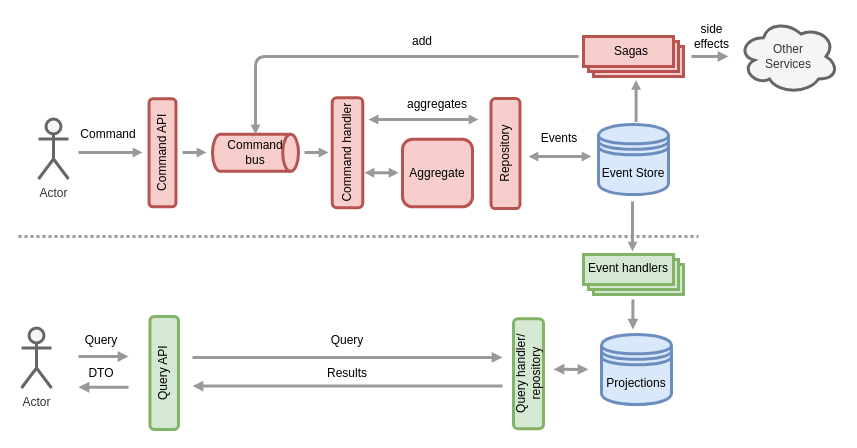
The draw.io diagram page "Page-5" (5 of 5) of misc/CQRS.drawio in albertllousas/simple-cqrs-with-es, before the edit. Source tidied: cells renumbered, new cells numbered last; positions are measured from the earlier drawing's top-left corner, leaving out a move shared by most shapes. Both pictures are drawn from the tidied source at 100%, with x=0, y=0 at pixel (18, 18).
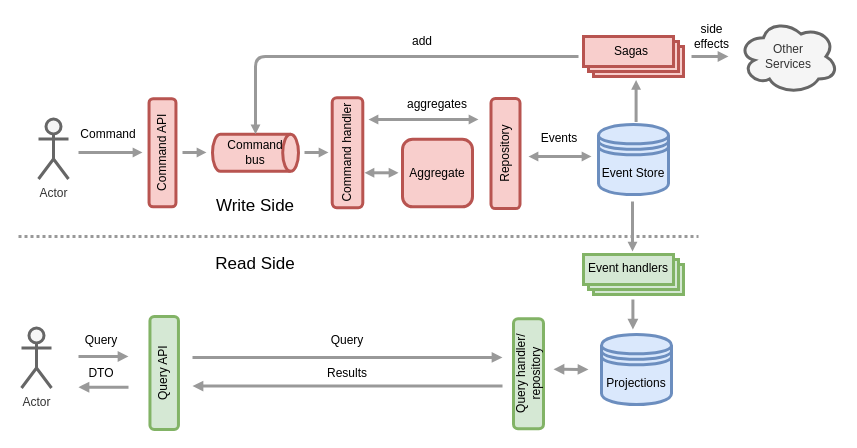
The same diagram, later.

Diff of the diagram source:
```diff
@@
+    <mxCell id="44" value="&lt;font style=&quot;font-size: 17px&quot;&gt;Write Side&lt;/font&gt;" style="text;html=1;strokeColor=none;fillColor=none;align=center;verticalAlign=middle;whiteSpace=wrap;rounded=0;" parent="1" vertex="1">
+      <mxGeometry x="188" y="178" width="98" height="20" as="geometry" />
+    </mxCell>
+    <mxCell id="45" value="&lt;font style=&quot;font-size: 17px&quot;&gt;Read Side&lt;/font&gt;" style="text;html=1;strokeColor=none;fillColor=none;align=center;verticalAlign=middle;whiteSpace=wrap;rounded=0;" parent="1" vertex="1">
+      <mxGeometry x="193" y="236" width="88" height="20" as="geometry" />
+    </mxCell>
```
